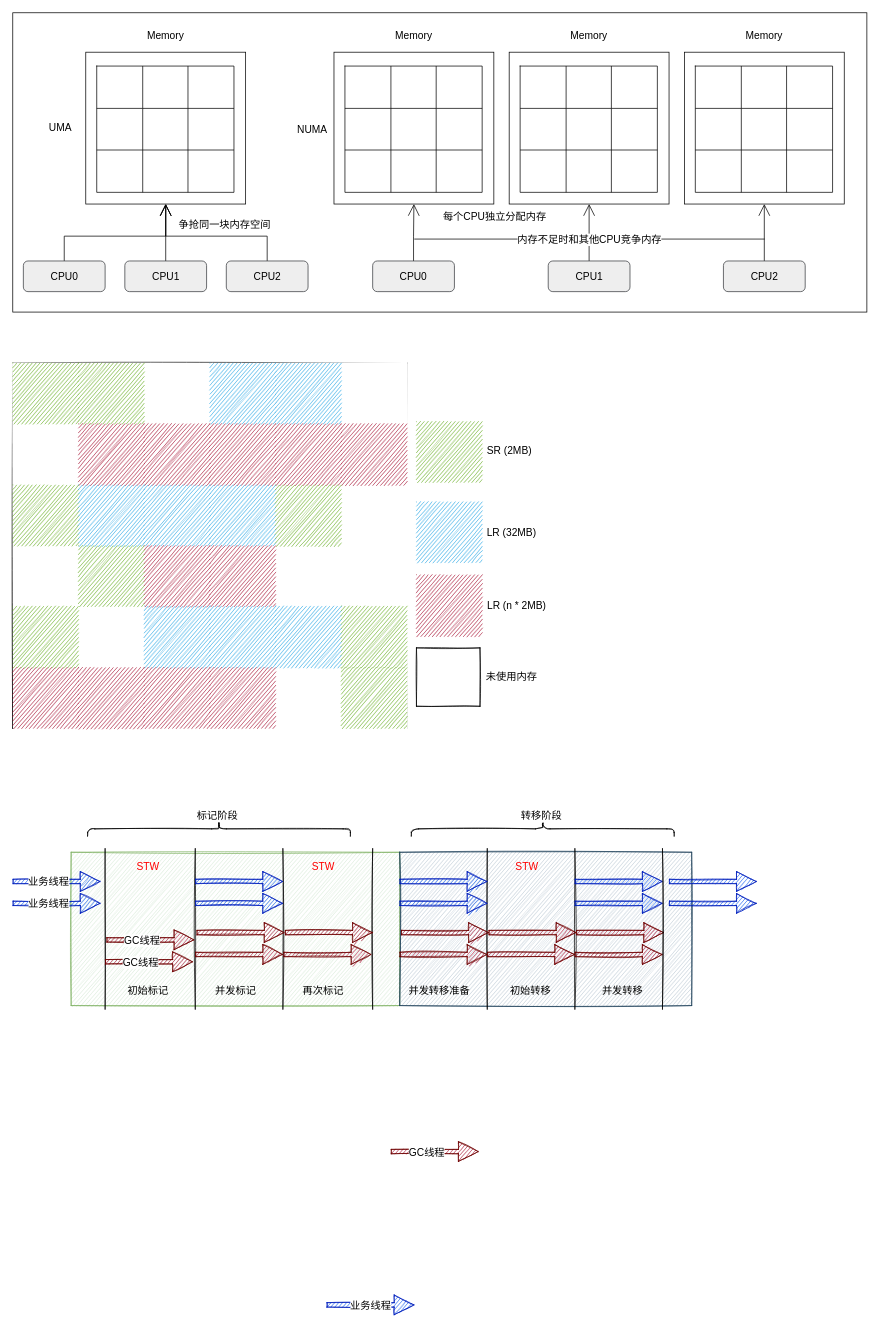
The draw.io diagram learn/JVM ZGC垃圾收集器.drawio in Leo-Lee-j/sketch, before the edit. Source tidied: cells renumbered, new cells numbered last; positions are measured from the earlier drawing's top-left corner, leaving out a move shared by most shapes. Both pictures are drawn from the tidied source at 73%, with x=0, y=0 at pixel (12, 12).
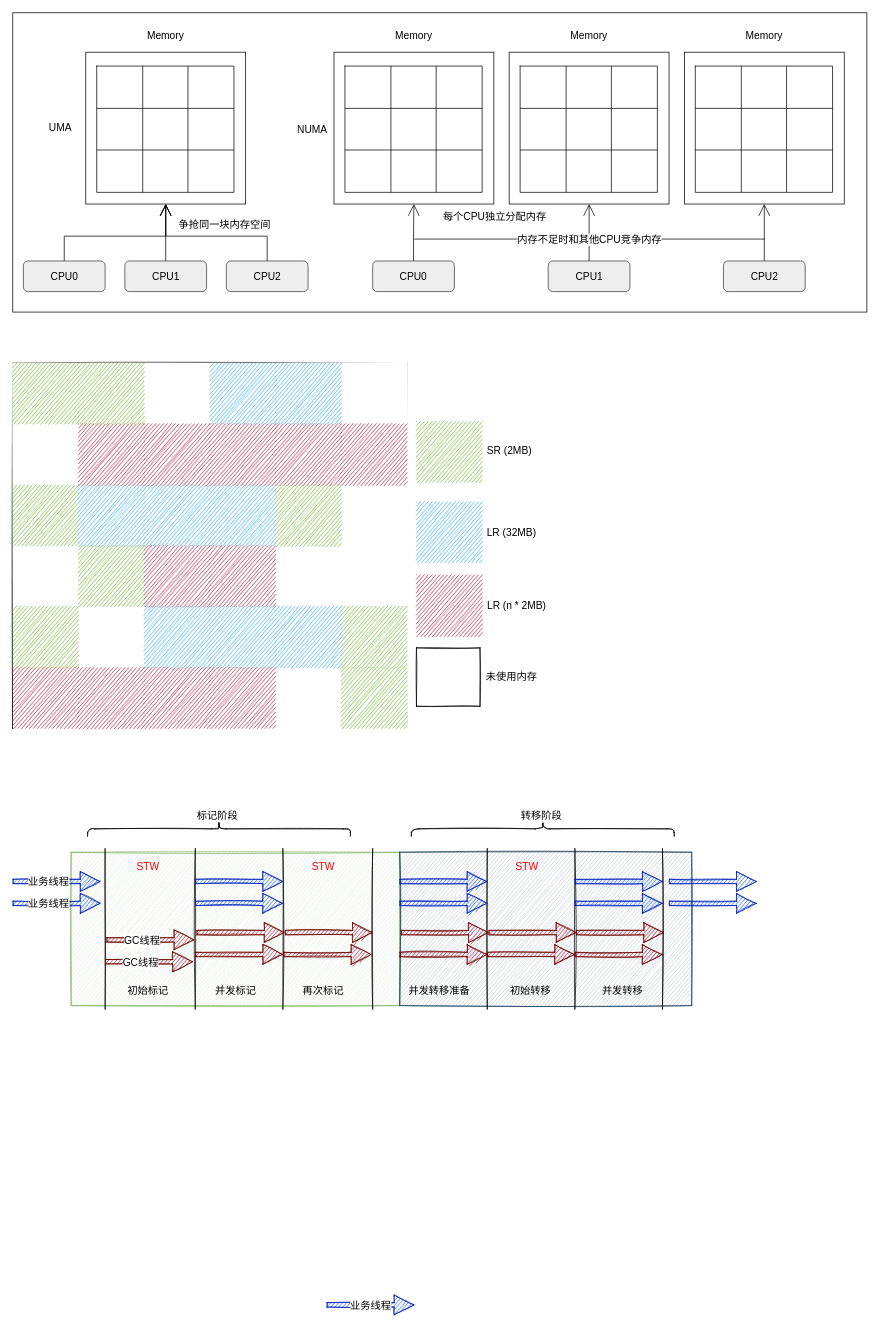
The same page after the edit.

Commit message (it also covers changes not shown here):
更新JVM ZGC垃圾收集器.drawio

Change to the diagram source:
```diff
@@
-    <mxCell id="145" style="shape=flexArrow;endArrow=classic;html=1;rounded=0;fontSize=14;startSize=14;endSize=8.67;sourcePerimeterSpacing=8;targetPerimeterSpacing=8;sketch=1;width=6;fillColor=#a20025;strokeColor=#6F0000;" parent="1" edge="1">
-      <mxGeometry relative="1" as="geometry">
-        <mxPoint x="518" y="1560" as="sourcePoint" />
-        <mxPoint x="638" y="1560" as="targetPoint" />
-      </mxGeometry>
-    </mxCell>
-    <mxCell id="146" value="GC线程" style="edgeLabel;html=1;align=center;verticalAlign=middle;fontSize=14;" parent="145" vertex="1">
-      <mxGeometry x="-0.18" y="-2" relative="1" as="geometry">
-        <mxPoint x="-1" y="-2" as="offset" />
-      </mxGeometry>
-    </mxCell>
```
